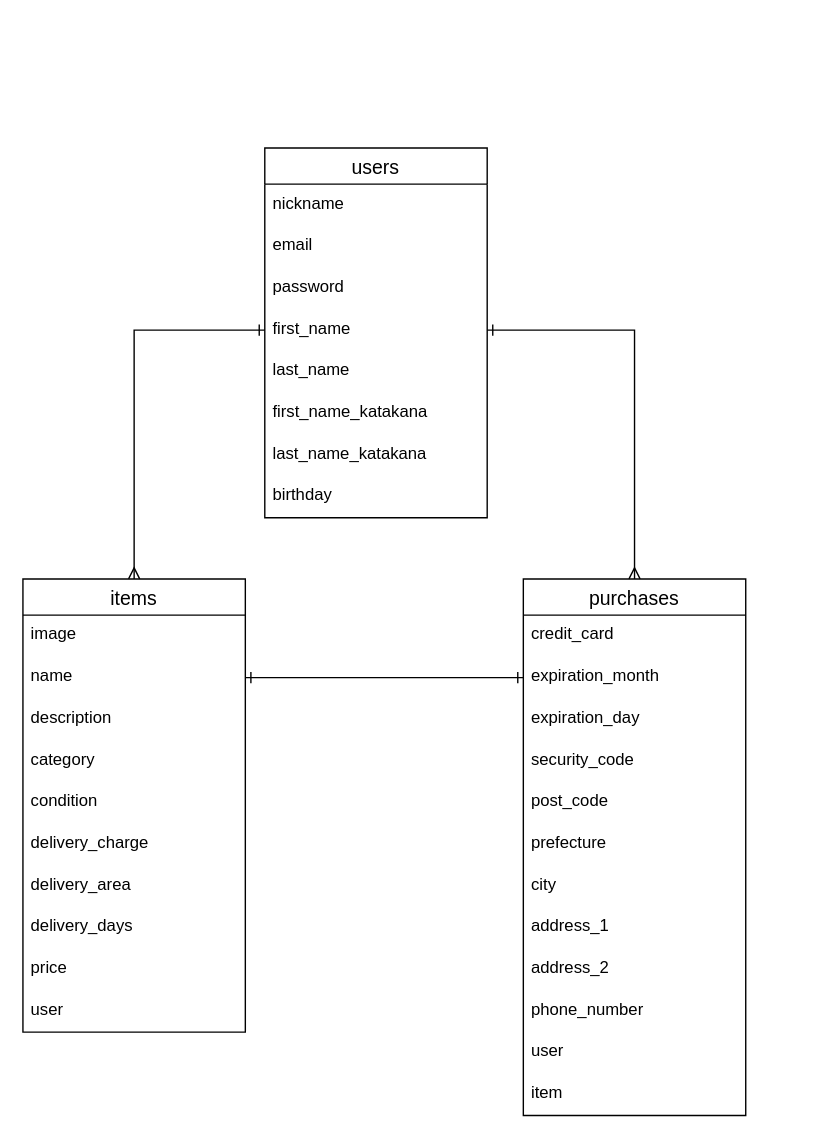
Before: DB.dio in jps-github/furima-35456, a draw.io diagram. Source tidied: cells renumbered, new cells numbered last; positions are measured from the earlier drawing's top-left corner, leaving out a move shared by most shapes. Both pictures are drawn from the tidied source at 139%, with x=0, y=0 at pixel (22, 147).
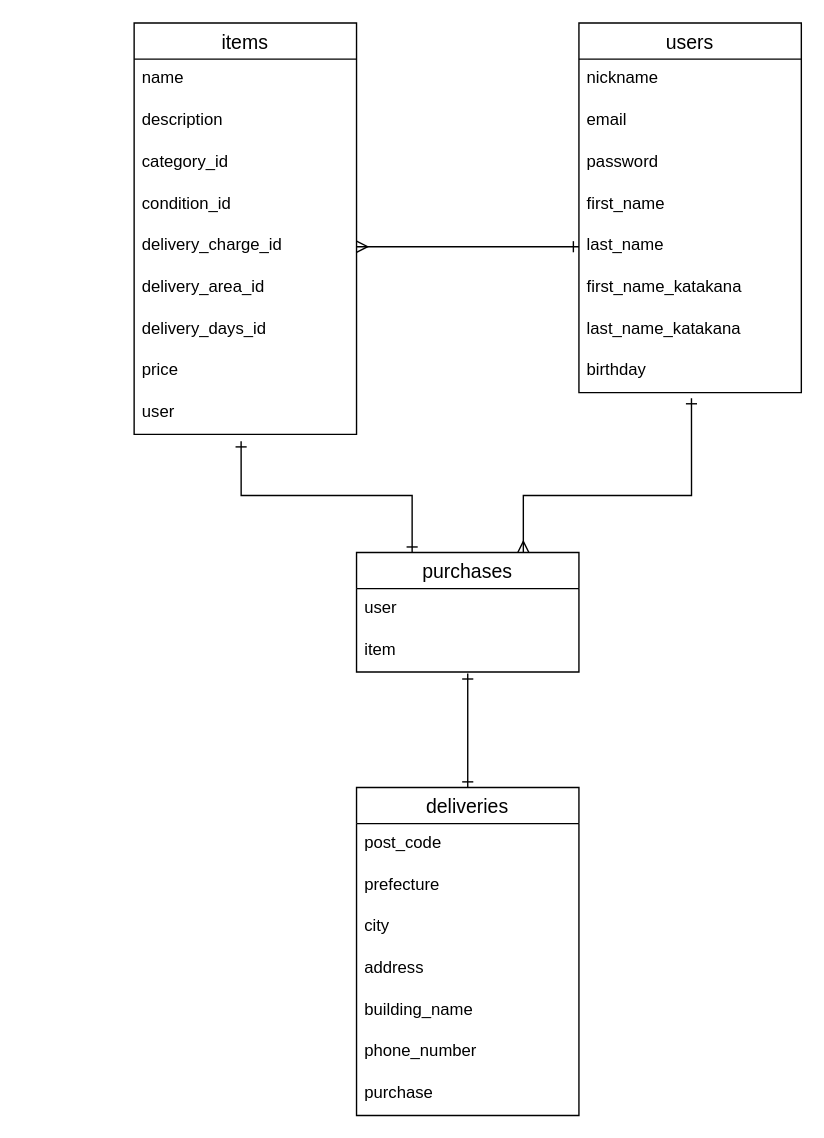
The same page after the edit.

Commit message (it also covers changes not shown here):
データベース設計_2

The change refers to these unchanged cells:
```xml
<mxCell id="6" value="first_name" style="text;strokeColor=none;fillColor=none;spacingLeft=4;spacingRight=4;overflow=hidden;points=[[0,0.5],[1,0.5]];portConstraint=eastwest;fontSize=12;" parent="2" vertex="1">
  <mxGeometry y="116" width="160" height="30" as="geometry" />
</mxCell>
<mxCell id="7" value="last_name" style="text;strokeColor=none;fillColor=none;spacingLeft=4;spacingRight=4;overflow=hidden;points=[[0,0.5],[1,0.5]];portConstraint=eastwest;fontSize=12;" parent="2" vertex="1">
  <mxGeometry y="146" width="160" height="30" as="geometry" />
</mxCell>
<mxCell id="10" value="birthday" style="text;strokeColor=none;fillColor=none;spacingLeft=4;spacingRight=4;overflow=hidden;points=[[0,0.5],[1,0.5]];portConstraint=eastwest;fontSize=12;" parent="2" vertex="1">
  <mxGeometry y="236" width="160" height="30" as="geometry" />
</mxCell>
```

The edit, as a diff of the source:
```diff
@@
     <mxCell id="2" value="users" style="swimlane;fontStyle=0;horizontal=1;startSize=26;align=center;fontSize=14;" parent="1" vertex="1">
-      <mxGeometry x="174" width="160" height="266" as="geometry" />
+      <mxGeometry x="400" y="-90" width="160" height="266" as="geometry" />
     </mxCell>
@@
     <mxCell id="11" value="items" style="swimlane;fontStyle=0;horizontal=1;startSize=26;align=center;fontSize=14;" parent="1" vertex="1">
-      <mxGeometry y="310" width="160" height="326" as="geometry" />
+      <mxGeometry x="80" y="-90" width="160" height="296" as="geometry" />
     </mxCell>
-    <mxCell id="12" value="image" style="text;strokeColor=none;fillColor=none;spacingLeft=4;spacingRight=4;overflow=hidden;fontSize=12;" parent="11" vertex="1">
-      <mxGeometry y="26" width="160" height="30" as="geometry" />
-    </mxCell>
     <mxCell id="13" value="name" style="text;strokeColor=none;fillColor=none;spacingLeft=4;spacingRight=4;overflow=hidden;points=[[0,0.5],[1,0.5]];portConstraint=eastwest;fontSize=12;" parent="11" vertex="1">
-      <mxGeometry y="56" width="160" height="30" as="geometry" />
+      <mxGeometry y="26" width="160" height="30" as="geometry" />
     </mxCell>
     <mxCell id="14" value="description" style="text;strokeColor=none;fillColor=none;spacingLeft=4;spacingRight=4;overflow=hidden;fontSize=12;" parent="11" vertex="1">
-      <mxGeometry y="86" width="160" height="30" as="geometry" />
+      <mxGeometry y="56" width="160" height="30" as="geometry" />
     </mxCell>
-    <mxCell id="15" value="category" style="text;strokeColor=none;fillColor=none;spacingLeft=4;spacingRight=4;overflow=hidden;fontSize=12;" parent="11" vertex="1">
-      <mxGeometry y="116" width="160" height="30" as="geometry" />
+    <mxCell id="15" value="category_id" style="text;strokeColor=none;fillColor=none;spacingLeft=4;spacingRight=4;overflow=hidden;fontSize=12;" parent="11" vertex="1">
+      <mxGeometry y="86" width="160" height="30" as="geometry" />
     </mxCell>
-    <mxCell id="16" value="condition" style="text;strokeColor=none;fillColor=none;spacingLeft=4;spacingRight=4;overflow=hidden;fontSize=12;" parent="11" vertex="1">
-      <mxGeometry y="146" width="160" height="30" as="geometry" />
+    <mxCell id="16" value="condition_id" style="text;strokeColor=none;fillColor=none;spacingLeft=4;spacingRight=4;overflow=hidden;fontSize=12;" parent="11" vertex="1">
+      <mxGeometry y="116" width="160" height="30" as="geometry" />
     </mxCell>
-    <mxCell id="17" value="delivery_charge" style="text;strokeColor=none;fillColor=none;spacingLeft=4;spacingRight=4;overflow=hidden;points=[[0,0.5],[1,0.5]];portConstraint=eastwest;fontSize=12;" parent="11" vertex="1">
-      <mxGeometry y="176" width="160" height="30" as="geometry" />
+    <mxCell id="17" value="delivery_charge_id" style="text;strokeColor=none;fillColor=none;spacingLeft=4;spacingRight=4;overflow=hidden;points=[[0,0.5],[1,0.5]];portConstraint=eastwest;fontSize=12;" parent="11" vertex="1">
+      <mxGeometry y="146" width="160" height="30" as="geometry" />
     </mxCell>
-    <mxCell id="18" value="delivery_area" style="text;strokeColor=none;fillColor=none;spacingLeft=4;spacingRight=4;overflow=hidden;fontSize=12;" parent="11" vertex="1">
-      <mxGeometry y="206" width="160" height="30" as="geometry" />
+    <mxCell id="18" value="delivery_area_id" style="text;strokeColor=none;fillColor=none;spacingLeft=4;spacingRight=4;overflow=hidden;fontSize=12;" parent="11" vertex="1">
+      <mxGeometry y="176" width="160" height="30" as="geometry" />
     </mxCell>
-    <mxCell id="19" value="delivery_days" style="text;strokeColor=none;fillColor=none;spacingLeft=4;spacingRight=4;overflow=hidden;fontSize=12;" parent="11" vertex="1">
-      <mxGeometry y="236" width="160" height="30" as="geometry" />
+    <mxCell id="19" value="delivery_days_id" style="text;strokeColor=none;fillColor=none;spacingLeft=4;spacingRight=4;overflow=hidden;fontSize=12;" parent="11" vertex="1">
+      <mxGeometry y="206" width="160" height="30" as="geometry" />
     </mxCell>
     <mxCell id="20" value="price" style="text;strokeColor=none;fillColor=none;spacingLeft=4;spacingRight=4;overflow=hidden;fontSize=12;" parent="11" vertex="1">
-      <mxGeometry y="266" width="160" height="30" as="geometry" />
+      <mxGeometry y="236" width="160" height="30" as="geometry" />
     </mxCell>
     <mxCell id="21" value="user" style="text;strokeColor=none;fillColor=none;spacingLeft=4;spacingRight=4;overflow=hidden;points=[[0,0.5],[1,0.5]];portConstraint=eastwest;fontSize=12;" parent="11" vertex="1">
-      <mxGeometry y="296" width="160" height="30" as="geometry" />
+      <mxGeometry y="266" width="160" height="30" as="geometry" />
     </mxCell>
+    <mxCell id="38" style="edgeStyle=orthogonalEdgeStyle;rounded=0;jettySize=auto;html=1;exitX=0.25;exitY=0;exitDx=0;exitDy=0;entryX=0.481;entryY=1.167;entryDx=0;entryDy=0;entryPerimeter=0;startArrow=ERone;startFill=0;endArrow=ERone;endFill=0;" parent="1" edge="1" source="22" target="21">
+      <mxGeometry relative="1" as="geometry">
+        <Array as="points">
+          <mxPoint x="280" y="250" />
+          <mxPoint x="157" y="250" />
+        </Array>
+      </mxGeometry>
+    </mxCell>
+    <mxCell id="39" style="edgeStyle=orthogonalEdgeStyle;rounded=0;jettySize=auto;html=1;exitX=0.75;exitY=0;exitDx=0;exitDy=0;entryX=0.506;entryY=1.133;entryDx=0;entryDy=0;entryPerimeter=0;startArrow=ERmany;startFill=0;endArrow=ERone;endFill=0;" parent="1" edge="1" source="22" target="10">
+      <mxGeometry relative="1" as="geometry">
+        <Array as="points">
+          <mxPoint x="360" y="250" />
+          <mxPoint x="481" y="250" />
+        </Array>
+      </mxGeometry>
+    </mxCell>
     <mxCell id="22" value="purchases" style="swimlane;fontStyle=0;horizontal=1;startSize=26;align=center;fontSize=14;" parent="1" vertex="1">
-      <mxGeometry x="360" y="310" width="160" height="386" as="geometry" />
+      <mxGeometry x="240" y="291" width="160" height="86" as="geometry" />
     </mxCell>
-    <mxCell id="23" value="credit_card" style="text;strokeColor=none;fillColor=none;spacingLeft=4;spacingRight=4;overflow=hidden;fontSize=12;" parent="22" vertex="1">
-      <mxGeometry y="26" width="160" height="30" as="geometry" />
-    </mxCell>
-    <mxCell id="24" value="expiration_month" style="text;strokeColor=none;fillColor=none;spacingLeft=4;spacingRight=4;overflow=hidden;points=[[0,0.5],[1,0.5]];portConstraint=eastwest;fontSize=12;" parent="22" vertex="1">
-      <mxGeometry y="56" width="160" height="30" as="geometry" />
-    </mxCell>
-    <mxCell id="25" value="expiration_day" style="text;strokeColor=none;fillColor=none;spacingLeft=4;spacingRight=4;overflow=hidden;fontSize=12;" parent="22" vertex="1">
-      <mxGeometry y="86" width="160" height="30" as="geometry" />
-    </mxCell>
-    <mxCell id="26" value="security_code" style="text;strokeColor=none;fillColor=none;spacingLeft=4;spacingRight=4;overflow=hidden;fontSize=12;" parent="22" vertex="1">
-      <mxGeometry y="116" width="160" height="30" as="geometry" />
-    </mxCell>
+    <mxCell id="33" value="user" style="text;strokeColor=none;fillColor=none;spacingLeft=4;spacingRight=4;overflow=hidden;fontSize=12;" parent="22" vertex="1">
+      <mxGeometry y="26" width="160" height="30" as="geometry" />
+    </mxCell>
+    <mxCell id="34" value="item" style="text;strokeColor=none;fillColor=none;spacingLeft=4;spacingRight=4;overflow=hidden;points=[[0,0.5],[1,0.5]];portConstraint=eastwest;fontSize=12;" parent="22" vertex="1">
+      <mxGeometry y="56" width="160" height="30" as="geometry" />
+    </mxCell>
+    <mxCell id="40" style="edgeStyle=none;rounded=0;jettySize=auto;html=1;exitX=0.5;exitY=0;exitDx=0;exitDy=0;entryX=0.5;entryY=1.033;entryDx=0;entryDy=0;entryPerimeter=0;startArrow=ERone;startFill=0;endArrow=ERone;endFill=0;" parent="1" edge="1" source="41" target="34">
+      <mxGeometry relative="1" as="geometry" />
+    </mxCell>
+    <mxCell id="41" value="deliveries" style="swimlane;fontStyle=0;horizontal=1;startSize=26;align=center;fontSize=14;" parent="1" vertex="1">
+      <mxGeometry x="240" y="460" width="160" height="236" as="geometry" />
+    </mxCell>
-    <mxCell id="27" value="post_code" style="text;strokeColor=none;fillColor=none;spacingLeft=4;spacingRight=4;overflow=hidden;fontSize=12;" parent="22" vertex="1">
-      <mxGeometry y="146" width="160" height="30" as="geometry" />
+    <mxCell id="27" value="post_code" style="text;strokeColor=none;fillColor=none;spacingLeft=4;spacingRight=4;overflow=hidden;fontSize=12;" parent="41" vertex="1">
+      <mxGeometry y="26" width="160" height="30" as="geometry" />
     </mxCell>
-    <mxCell id="28" value="prefecture" style="text;strokeColor=none;fillColor=none;spacingLeft=4;spacingRight=4;overflow=hidden;fontSize=12;" parent="22" vertex="1">
-      <mxGeometry y="176" width="160" height="30" as="geometry" />
+    <mxCell id="28" value="prefecture" style="text;strokeColor=none;fillColor=none;spacingLeft=4;spacingRight=4;overflow=hidden;fontSize=12;" parent="41" vertex="1">
+      <mxGeometry y="56" width="160" height="30" as="geometry" />
     </mxCell>
-    <mxCell id="29" value="city" style="text;strokeColor=none;fillColor=none;spacingLeft=4;spacingRight=4;overflow=hidden;fontSize=12;" parent="22" vertex="1">
-      <mxGeometry y="206" width="160" height="30" as="geometry" />
+    <mxCell id="29" value="city" style="text;strokeColor=none;fillColor=none;spacingLeft=4;spacingRight=4;overflow=hidden;fontSize=12;" parent="41" vertex="1">
+      <mxGeometry y="86" width="160" height="30" as="geometry" />
     </mxCell>
-    <mxCell id="30" value="address_1" style="text;strokeColor=none;fillColor=none;spacingLeft=4;spacingRight=4;overflow=hidden;fontSize=12;" parent="22" vertex="1">
-      <mxGeometry y="236" width="160" height="30" as="geometry" />
-    </mxCell>
-    <mxCell id="31" value="address_2" style="text;strokeColor=none;fillColor=none;spacingLeft=4;spacingRight=4;overflow=hidden;fontSize=12;" parent="22" vertex="1">
-      <mxGeometry y="266" width="160" height="30" as="geometry" />
-    </mxCell>
+    <mxCell id="42" value="address" style="text;strokeColor=none;fillColor=none;spacingLeft=4;spacingRight=4;overflow=hidden;fontSize=12;" parent="41" vertex="1">
+      <mxGeometry y="116" width="160" height="30" as="geometry" />
+    </mxCell>
+    <mxCell id="43" value="building_name" style="text;strokeColor=none;fillColor=none;spacingLeft=4;spacingRight=4;overflow=hidden;fontSize=12;" parent="41" vertex="1">
+      <mxGeometry y="146" width="160" height="30" as="geometry" />
+    </mxCell>
-    <mxCell id="32" value="phone_number" style="text;strokeColor=none;fillColor=none;spacingLeft=4;spacingRight=4;overflow=hidden;fontSize=12;" parent="22" vertex="1">
-      <mxGeometry y="296" width="160" height="30" as="geometry" />
+    <mxCell id="32" value="phone_number" style="text;strokeColor=none;fillColor=none;spacingLeft=4;spacingRight=4;overflow=hidden;fontSize=12;" parent="41" vertex="1">
+      <mxGeometry y="176" width="160" height="30" as="geometry" />
     </mxCell>
-    <mxCell id="33" value="user" style="text;strokeColor=none;fillColor=none;spacingLeft=4;spacingRight=4;overflow=hidden;fontSize=12;" parent="22" vertex="1">
-      <mxGeometry y="326" width="160" height="30" as="geometry" />
-    </mxCell>
-    <mxCell id="34" value="item" style="text;strokeColor=none;fillColor=none;spacingLeft=4;spacingRight=4;overflow=hidden;points=[[0,0.5],[1,0.5]];portConstraint=eastwest;fontSize=12;" parent="22" vertex="1">
-      <mxGeometry y="356" width="160" height="30" as="geometry" />
-    </mxCell>
-    <mxCell id="35" style="edgeStyle=orthogonalEdgeStyle;rounded=0;jettySize=auto;html=1;exitX=0;exitY=0.5;exitDx=0;exitDy=0;entryX=0.5;entryY=0;entryDx=0;entryDy=0;startArrow=ERone;startFill=0;endArrow=ERmany;endFill=0;" parent="1" edge="1" source="6" target="11">
-      <mxGeometry relative="1" as="geometry" />
-    </mxCell>
-    <mxCell id="36" style="edgeStyle=orthogonalEdgeStyle;rounded=0;jettySize=auto;html=1;exitX=1;exitY=0.5;exitDx=0;exitDy=0;entryX=0;entryY=0.5;entryDx=0;entryDy=0;startArrow=ERone;startFill=0;endArrow=ERone;endFill=0;" parent="1" edge="1" source="13" target="24">
-      <mxGeometry relative="1" as="geometry" />
-    </mxCell>
-    <mxCell id="37" style="edgeStyle=orthogonalEdgeStyle;jettySize=auto;html=1;exitX=1;exitY=0.5;exitDx=0;exitDy=0;entryX=0.5;entryY=0;entryDx=0;entryDy=0;endArrow=ERmany;endFill=0;rounded=0;startArrow=ERone;startFill=0;" parent="1" edge="1" source="6" target="22">
-      <mxGeometry relative="1" as="geometry" />
-    </mxCell>
+    <mxCell id="44" value="purchase" style="text;strokeColor=none;fillColor=none;spacingLeft=4;spacingRight=4;overflow=hidden;fontSize=12;" parent="41" vertex="1">
+      <mxGeometry y="206" width="160" height="30" as="geometry" />
+    </mxCell>
+    <mxCell id="45" style="edgeStyle=orthogonalEdgeStyle;rounded=0;jettySize=auto;html=1;exitX=1;exitY=0.5;exitDx=0;exitDy=0;entryX=0;entryY=0.5;entryDx=0;entryDy=0;startArrow=ERmany;startFill=0;endArrow=ERone;endFill=0;" parent="1" edge="1" source="17" target="7">
+      <mxGeometry relative="1" as="geometry" />
+    </mxCell>
```
